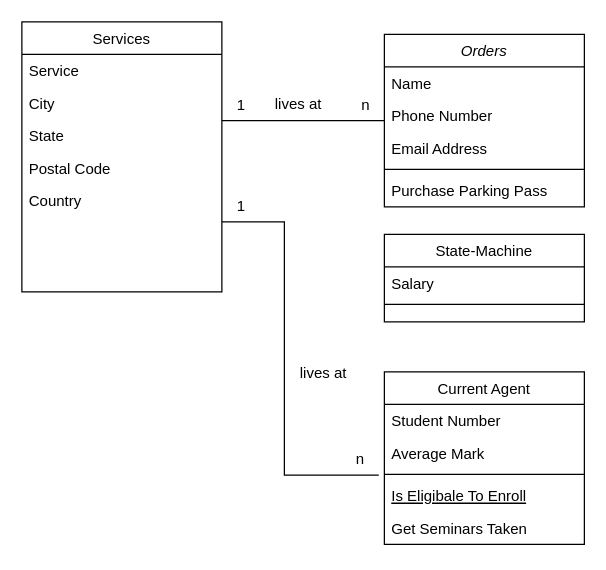
The draw.io diagram SIPDiagrame.drawio in AK-SoloQ/microservices-casts, before the edit. Source tidied: cells renumbered, new cells numbered last; positions are measured from the earlier drawing's top-left corner, leaving out a move shared by most shapes. Both pictures are drawn from the tidied source at 125%, with x=0, y=0 at pixel (21, 21).
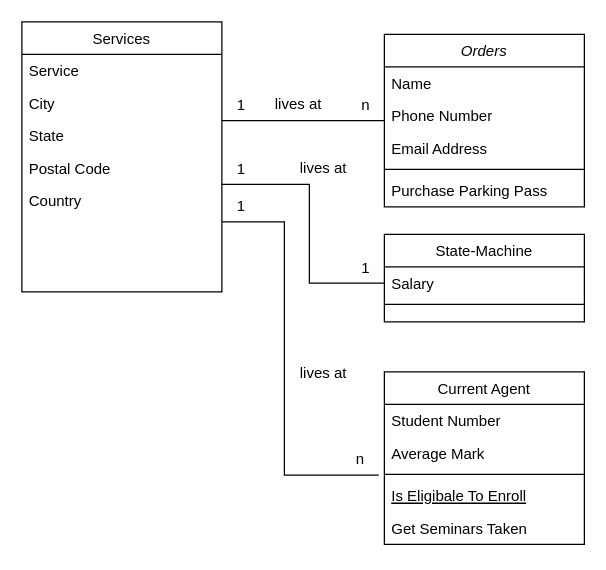
Above is the later version.

Unchanged cells that the change refers to:
```xml
<mxCell id="15" value="Salary" style="text;align=left;verticalAlign=top;spacingLeft=4;spacingRight=4;overflow=hidden;points=[[0,0.5],[1,0.5]];portConstraint=eastwest;" parent="14" vertex="1">
  <mxGeometry y="26" width="160" height="26" as="geometry" />
</mxCell>
```

Diff of the diagram source:
```diff
@@
+    <mxCell id="31" style="endArrow=none;shadow=0;strokeWidth=1;rounded=0;endFill=0;edgeStyle=orthogonalEdgeStyle;elbow=vertical;exitX=0;exitY=0.5;exitDx=0;exitDy=0;" parent="1" edge="1" source="15">
+      <mxGeometry x="0.5" y="41" relative="1" as="geometry">
+        <mxPoint x="160" y="130" as="targetPoint" />
+        <Array as="points">
+          <mxPoint x="230" y="209" />
+          <mxPoint x="230" y="130" />
+        </Array>
+        <mxPoint x="-40" y="32" as="offset" />
+      </mxGeometry>
+    </mxCell>
+    <mxCell id="32" value="1" style="align=left;verticalAlign=bottom;labelBackgroundColor=none;fontSize=12;" parent="31" vertex="1">
+      <mxGeometry x="-1" relative="1" as="geometry">
+        <mxPoint x="-20" y="-4" as="offset" />
+      </mxGeometry>
+    </mxCell>
+    <mxCell id="33" value="1" style="align=right;verticalAlign=bottom;labelBackgroundColor=none;fontSize=12;" parent="31" vertex="1">
+      <mxGeometry x="1" relative="1" as="geometry">
+        <mxPoint x="20" y="-4" as="offset" />
+      </mxGeometry>
+    </mxCell>
+    <mxCell id="34" value="lives at" style="text;html=1;align=center;verticalAlign=middle;labelBackgroundColor=none;rounded=0;shadow=0;strokeWidth=1;fontSize=12;" parent="31" vertex="1">
+      <mxGeometry x="0.5" y="49" relative="1" as="geometry">
+        <mxPoint x="28" y="-63" as="offset" />
+      </mxGeometry>
+    </mxCell>
```
